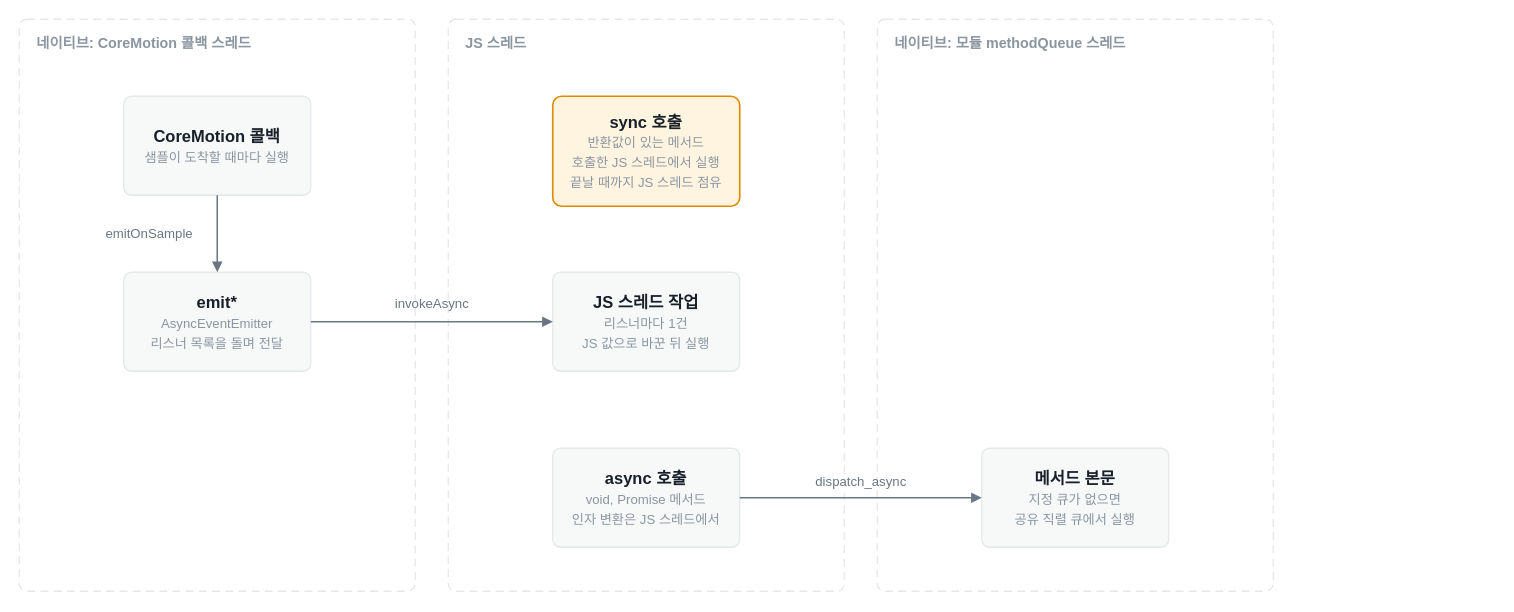
This is page "rn-native-boundary-map-light" (2 of 6) of docs/rn-native-bidirectional-queue.drawio from opficdev/opficdev.github.io, a draw.io file, before an edit. Source tidied: cells renumbered, new cells numbered last; positions are measured from the earlier drawing's top-left corner, leaving out a move shared by most shapes. Both pictures are drawn from the tidied source at 110%, with x=0, y=0 at pixel (19, 19).
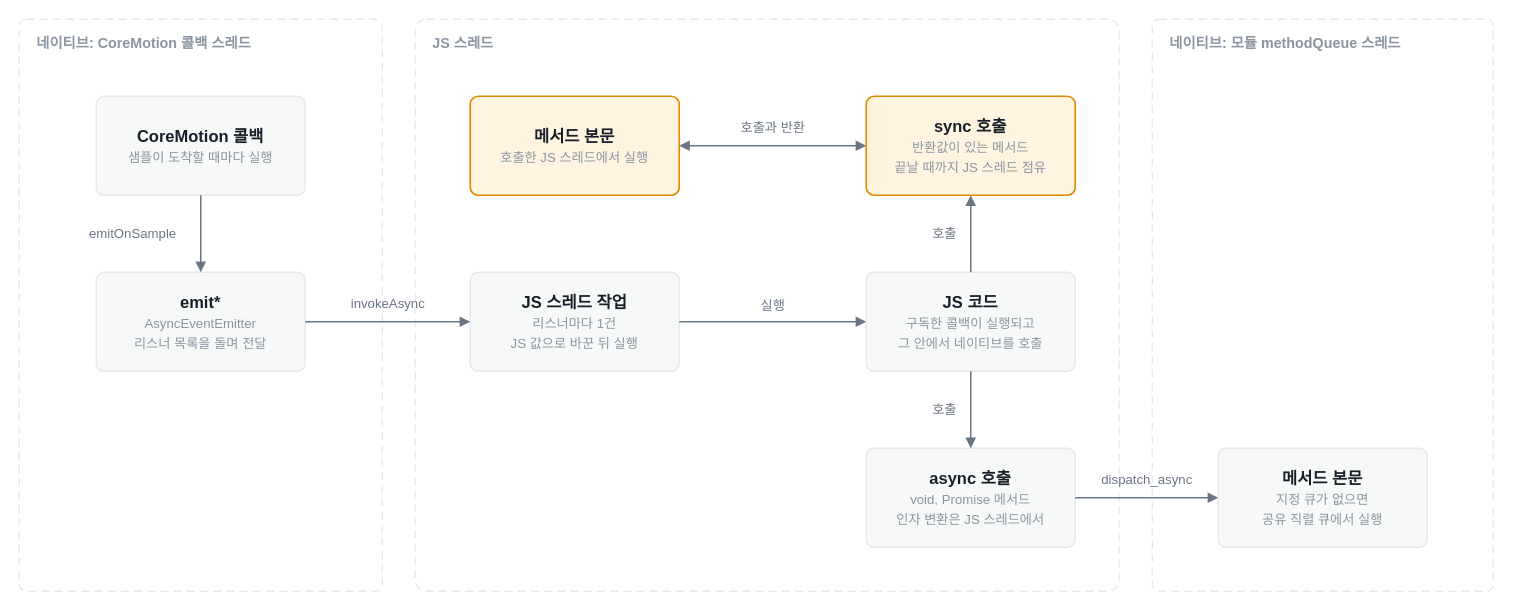
The same page after the edit.

Diff of the diagram source:
```diff
@@
     <mxCell id="2" value="네이티브: CoreMotion 콜백 스레드" style="rounded=1;arcSize=2;whiteSpace=wrap;html=1;fillColor=none;strokeColor=#E5E8EB;strokeWidth=1.2;dashed=1;dashPattern=6 4;verticalAlign=top;align=left;spacingLeft=14;spacingTop=8;fontFamily=Arial;fontColor=#8B95A1;fontSize=13;fontStyle=1;" parent="1" vertex="1">
-      <mxGeometry width="360" height="520" as="geometry" />
+      <mxGeometry width="330" height="520" as="geometry" />
     </mxCell>
     <mxCell id="3" value="JS 스레드" style="rounded=1;arcSize=2;whiteSpace=wrap;html=1;fillColor=none;strokeColor=#E5E8EB;strokeWidth=1.2;dashed=1;dashPattern=6 4;verticalAlign=top;align=left;spacingLeft=14;spacingTop=8;fontFamily=Arial;fontColor=#8B95A1;fontSize=13;fontStyle=1;" parent="1" vertex="1">
-      <mxGeometry x="390" width="360" height="520" as="geometry" />
+      <mxGeometry x="360" width="640" height="520" as="geometry" />
     </mxCell>
     <mxCell id="4" value="네이티브: 모듈 methodQueue 스레드" style="rounded=1;arcSize=2;whiteSpace=wrap;html=1;fillColor=none;strokeColor=#E5E8EB;strokeWidth=1.2;dashed=1;dashPattern=6 4;verticalAlign=top;align=left;spacingLeft=14;spacingTop=8;fontFamily=Arial;fontColor=#8B95A1;fontSize=13;fontStyle=1;" parent="1" vertex="1">
-      <mxGeometry x="780" width="360" height="520" as="geometry" />
+      <mxGeometry x="1030" width="310" height="520" as="geometry" />
     </mxCell>
     <mxCell id="5" value="&lt;b&gt;CoreMotion 콜백&lt;/b&gt;&lt;br&gt;&lt;font color=&quot;#8B95A1&quot; style=&quot;font-size:12px&quot;&gt;샘플이 도착할 때마다 실행&lt;/font&gt;" style="rounded=1;arcSize=8;whiteSpace=wrap;html=1;fillColor=#F7F8F8;strokeColor=#E5E8EB;strokeWidth=1.2;fontFamily=Arial;fontColor=#191F28;fontSize=15;" parent="1" vertex="1">
-      <mxGeometry x="95" y="70" width="170" height="90" as="geometry" />
+      <mxGeometry x="70" y="70" width="190" height="90" as="geometry" />
     </mxCell>
     <mxCell id="6" value="&lt;b&gt;emit*&lt;/b&gt;&lt;br&gt;&lt;font color=&quot;#8B95A1&quot; style=&quot;font-size:12px&quot;&gt;AsyncEventEmitter&lt;br&gt;리스너 목록을 돌며 전달&lt;/font&gt;" style="rounded=1;arcSize=8;whiteSpace=wrap;html=1;fillColor=#F7F8F8;strokeColor=#E5E8EB;strokeWidth=1.2;fontFamily=Arial;fontColor=#191F28;fontSize=15;" parent="1" vertex="1">
-      <mxGeometry x="95" y="230" width="170" height="90" as="geometry" />
+      <mxGeometry x="70" y="230" width="190" height="90" as="geometry" />
     </mxCell>
@@
     <mxCell id="8" value="&lt;b&gt;JS 스레드 작업&lt;/b&gt;&lt;br&gt;&lt;font color=&quot;#8B95A1&quot; style=&quot;font-size:12px&quot;&gt;리스너마다 1건&lt;br&gt;JS 값으로 바꾼 뒤 실행&lt;/font&gt;" style="rounded=1;arcSize=8;whiteSpace=wrap;html=1;fillColor=#F7F8F8;strokeColor=#E5E8EB;strokeWidth=1.2;fontFamily=Arial;fontColor=#191F28;fontSize=15;" parent="1" vertex="1">
-      <mxGeometry x="485" y="230" width="170" height="90" as="geometry" />
+      <mxGeometry x="410" y="230" width="190" height="90" as="geometry" />
     </mxCell>
@@
+    <mxCell id="14" value="&lt;b&gt;JS 코드&lt;/b&gt;&lt;br&gt;&lt;font color=&quot;#8B95A1&quot; style=&quot;font-size:12px&quot;&gt;구독한 콜백이 실행되고&lt;br&gt;그 안에서 네이티브를 호출&lt;/font&gt;" style="rounded=1;arcSize=8;whiteSpace=wrap;html=1;fillColor=#F7F8F8;strokeColor=#E5E8EB;strokeWidth=1.2;fontFamily=Arial;fontColor=#191F28;fontSize=15;" parent="1" vertex="1">
+      <mxGeometry x="770" y="230" width="190" height="90" as="geometry" />
+    </mxCell>
+    <mxCell id="15" value="실행" style="edgeStyle=orthogonalEdgeStyle;rounded=1;arcSize=60;html=1;endArrow=block;endFill=1;strokeColor=#6B7684;strokeWidth=1.4;fontFamily=Arial;fontColor=#6B7684;fontSize=12;labelBackgroundColor=none;exitX=1;exitY=0.5;entryX=0;entryY=0.5;exitPerimeter=0;entryPerimeter=0;" parent="1" edge="1" source="8" target="14">
+      <mxGeometry relative="1" as="geometry">
+        <mxPoint y="-14" as="offset" />
+      </mxGeometry>
+    </mxCell>
+    <mxCell id="13" value="&lt;b&gt;sync 호출&lt;/b&gt;&lt;br&gt;&lt;font color=&quot;#8B95A1&quot; style=&quot;font-size:12px&quot;&gt;반환값이 있는 메서드&lt;br&gt;끝날 때까지 JS 스레드 점유&lt;/font&gt;" style="rounded=1;arcSize=8;whiteSpace=wrap;html=1;fillColor=#FFF4E0;strokeColor=#E08A00;strokeWidth=1.5;fontFamily=Arial;fontColor=#191F28;fontSize=15;" parent="1" vertex="1">
+      <mxGeometry x="770" y="70" width="190" height="90" as="geometry" />
+    </mxCell>
+    <mxCell id="16" value="호출" style="edgeStyle=orthogonalEdgeStyle;rounded=1;arcSize=60;html=1;endArrow=block;endFill=1;strokeColor=#6B7684;strokeWidth=1.4;fontFamily=Arial;fontColor=#6B7684;fontSize=12;labelBackgroundColor=none;exitX=0.5;exitY=0;entryX=0.5;entryY=1;exitPerimeter=0;entryPerimeter=0;" parent="1" edge="1" source="14" target="13">
+      <mxGeometry relative="1" as="geometry">
+        <mxPoint x="-24" as="offset" />
+      </mxGeometry>
+    </mxCell>
+    <mxCell id="17" value="&lt;b&gt;메서드 본문&lt;/b&gt;&lt;br&gt;&lt;font color=&quot;#8B95A1&quot; style=&quot;font-size:12px&quot;&gt;호출한 JS 스레드에서 실행&lt;/font&gt;" style="rounded=1;arcSize=8;whiteSpace=wrap;html=1;fillColor=#FFF4E0;strokeColor=#E08A00;strokeWidth=1.5;fontFamily=Arial;fontColor=#191F28;fontSize=15;" parent="1" vertex="1">
+      <mxGeometry x="410" y="70" width="190" height="90" as="geometry" />
+    </mxCell>
+    <mxCell id="18" value="호출과 반환" style="edgeStyle=orthogonalEdgeStyle;rounded=1;arcSize=60;html=1;endArrow=block;endFill=1;startArrow=block;startFill=1;strokeColor=#6B7684;strokeWidth=1.4;fontFamily=Arial;fontColor=#6B7684;fontSize=12;labelBackgroundColor=none;exitX=0;exitY=0.5;entryX=1;entryY=0.5;exitPerimeter=0;entryPerimeter=0;" parent="1" edge="1" source="13" target="17">
+      <mxGeometry relative="1" as="geometry">
+        <mxPoint y="-16" as="offset" />
+      </mxGeometry>
+    </mxCell>
     <mxCell id="10" value="&lt;b&gt;async 호출&lt;/b&gt;&lt;br&gt;&lt;font color=&quot;#8B95A1&quot; style=&quot;font-size:12px&quot;&gt;void, Promise 메서드&lt;br&gt;인자 변환은 JS 스레드에서&lt;/font&gt;" style="rounded=1;arcSize=8;whiteSpace=wrap;html=1;fillColor=#F7F8F8;strokeColor=#E5E8EB;strokeWidth=1.2;fontFamily=Arial;fontColor=#191F28;fontSize=15;" parent="1" vertex="1">
-      <mxGeometry x="485" y="390" width="170" height="90" as="geometry" />
+      <mxGeometry x="770" y="390" width="190" height="90" as="geometry" />
     </mxCell>
+    <mxCell id="19" value="호출" style="edgeStyle=orthogonalEdgeStyle;rounded=1;arcSize=60;html=1;endArrow=block;endFill=1;strokeColor=#6B7684;strokeWidth=1.4;fontFamily=Arial;fontColor=#6B7684;fontSize=12;labelBackgroundColor=none;exitX=0.5;exitY=1;entryX=0.5;entryY=0;exitPerimeter=0;entryPerimeter=0;" parent="1" edge="1" source="14" target="10">
+      <mxGeometry relative="1" as="geometry">
+        <mxPoint x="-24" as="offset" />
+      </mxGeometry>
+    </mxCell>
     <mxCell id="11" value="&lt;b&gt;메서드 본문&lt;/b&gt;&lt;br&gt;&lt;font color=&quot;#8B95A1&quot; style=&quot;font-size:12px&quot;&gt;지정 큐가 없으면&lt;br&gt;공유 직렬 큐에서 실행&lt;/font&gt;" style="rounded=1;arcSize=8;whiteSpace=wrap;html=1;fillColor=#F7F8F8;strokeColor=#E5E8EB;strokeWidth=1.2;fontFamily=Arial;fontColor=#191F28;fontSize=15;" parent="1" vertex="1">
-      <mxGeometry x="875" y="390" width="170" height="90" as="geometry" />
+      <mxGeometry x="1090" y="390" width="190" height="90" as="geometry" />
     </mxCell>
     <mxCell id="12" value="dispatch_async" style="edgeStyle=orthogonalEdgeStyle;rounded=1;arcSize=60;html=1;endArrow=block;endFill=1;strokeColor=#6B7684;strokeWidth=1.4;fontFamily=Arial;fontColor=#6B7684;fontSize=12;labelBackgroundColor=none;exitX=1;exitY=0.5;entryX=0;entryY=0.5;exitPerimeter=0;entryPerimeter=0;" parent="1" edge="1" source="10" target="11">
       <mxGeometry relative="1" as="geometry">
-        <mxPoint y="-14" as="offset" />
+        <mxPoint y="-16" as="offset" />
       </mxGeometry>
     </mxCell>
-    <mxCell id="13" value="&lt;b&gt;sync 호출&lt;/b&gt;&lt;br&gt;&lt;font color=&quot;#8B95A1&quot; style=&quot;font-size:12px&quot;&gt;반환값이 있는 메서드&lt;br&gt;호출한 JS 스레드에서 실행&lt;br&gt;끝날 때까지 JS 스레드 점유&lt;/font&gt;" style="rounded=1;arcSize=8;whiteSpace=wrap;html=1;fillColor=#FFF4E0;strokeColor=#E08A00;strokeWidth=1.5;fontFamily=Arial;fontColor=#191F28;fontSize=15;" parent="1" vertex="1">
-      <mxGeometry x="485" y="70" width="170" height="100" as="geometry" />
-    </mxCell>
```
